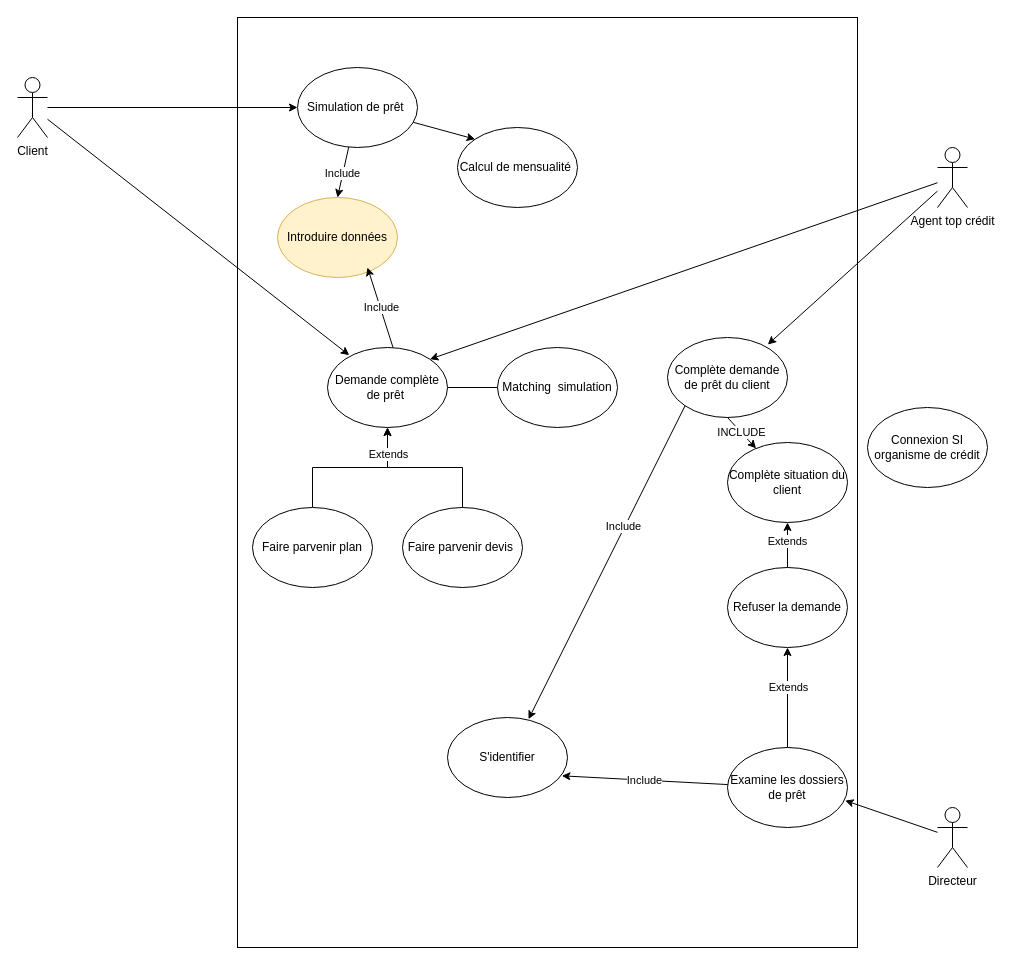
Before: Top crédit.drawio in michaelnba23/Ichec, a draw.io diagram. Source tidied: cells renumbered, new cells numbered last; positions are measured from the earlier drawing's top-left corner, leaving out a move shared by most shapes. Both pictures are drawn from the tidied source at 100%, with x=0, y=0 at pixel (17, 17).
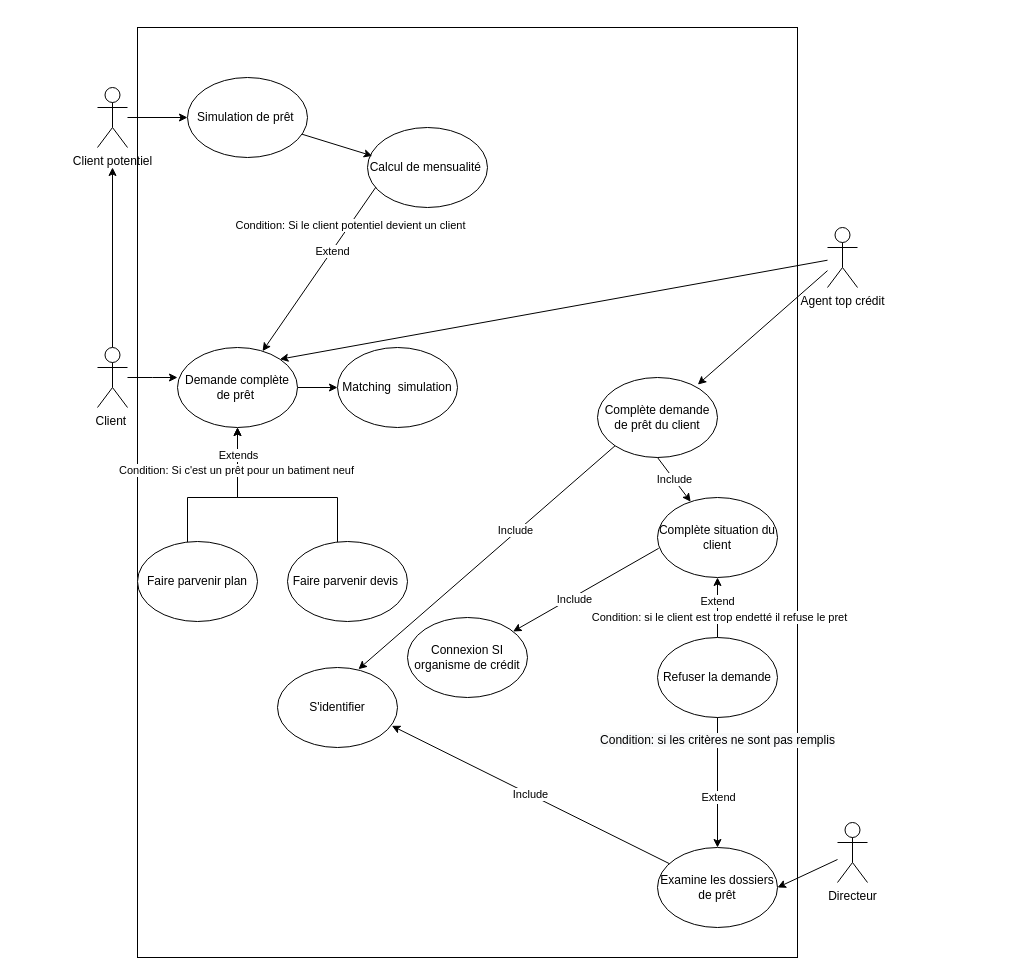
The same page after the edit.

Commit message:
Mettre à jour Top crédit.drawio

Unchanged cells that the change refers to:
```xml
<mxCell id="10" style="edgeStyle=orthogonalEdgeStyle;rounded=0;jettySize=auto;html=1;entryX=0.5;entryY=1;entryDx=0;entryDy=0;" parent="1" edge="1" source="12" target="17">
  <mxGeometry relative="1" as="geometry" />
</mxCell>
```

The edit, as a diff of the source:
```diff
@@
     <mxCell id="2" style="rounded=0;whiteSpace=wrap;html=1;" parent="1" vertex="1">
-      <mxGeometry x="220" width="620" height="930" as="geometry" />
+      <mxGeometry x="120" y="10" width="660" height="930" as="geometry" />
     </mxCell>
@@
-    <mxCell id="4" value="Client" style="shape=umlActor;verticalLabelPosition=bottom;verticalAlign=top;html=1;outlineConnect=0;" parent="1" vertex="1">
-      <mxGeometry y="60" width="30" height="60" as="geometry" />
+    <mxCell id="4" value="Client potentiel" style="shape=umlActor;verticalLabelPosition=bottom;verticalAlign=top;html=1;outlineConnect=0;" parent="1" vertex="1">
+      <mxGeometry x="80" y="70" width="30" height="60" as="geometry" />
     </mxCell>
     <mxCell id="5" value="Agent top crédit" style="shape=umlActor;verticalLabelPosition=bottom;verticalAlign=top;html=1;outlineConnect=0;" parent="1" vertex="1">
-      <mxGeometry x="920" y="130" width="30" height="60" as="geometry" />
+      <mxGeometry x="810" y="210" width="30" height="60" as="geometry" />
     </mxCell>
     <mxCell id="6" value="Directeur" style="shape=umlActor;verticalLabelPosition=bottom;verticalAlign=top;html=1;outlineConnect=0;" parent="1" vertex="1">
-      <mxGeometry x="920" y="790" width="30" height="60" as="geometry" />
+      <mxGeometry x="820" y="805" width="30" height="60" as="geometry" />
     </mxCell>
     <mxCell id="7" style="edgeStyle=orthogonalEdgeStyle;rounded=0;jettySize=auto;html=1;entryX=0.5;entryY=1;entryDx=0;entryDy=0;" parent="1" edge="1" source="8" target="22">
-      <mxGeometry relative="1" as="geometry" />
+      <mxGeometry relative="1" as="geometry">
+        <Array as="points">
+          <mxPoint x="320" y="480" />
+          <mxPoint x="220" y="480" />
+        </Array>
+      </mxGeometry>
     </mxCell>
     <mxCell id="8" value="Faire parvenir devis&amp;nbsp;" style="ellipse;whiteSpace=wrap;html=1;" parent="1" vertex="1">
-      <mxGeometry x="385" y="490" width="120" height="80" as="geometry" />
+      <mxGeometry x="270" y="524" width="120" height="80" as="geometry" />
     </mxCell>
     <mxCell id="9" value="S'identifier" style="ellipse;whiteSpace=wrap;html=1;" parent="1" vertex="1">
-      <mxGeometry x="430" y="700" width="120" height="80" as="geometry" />
+      <mxGeometry x="260" y="650" width="120" height="80" as="geometry" />
     </mxCell>
@@
-    <mxCell id="11" value="Extends" style="edgeLabel;html=1;align=center;verticalAlign=middle;" parent="10" vertex="1">
+    <mxCell id="11" value="Extend" style="edgeLabel;html=1;align=center;verticalAlign=middle;" parent="10" vertex="1">
       <mxGeometry x="0.22" y="1" relative="1" as="geometry" />
     </mxCell>
+    <mxCell id="41" value="Condition: si le client est trop endetté il refuse le pret" style="edgeLabel;html=1;align=center;verticalAlign=middle;" parent="10" vertex="1">
+      <mxGeometry x="-0.31" y="-1" relative="1" as="geometry" />
+    </mxCell>
     <mxCell id="12" value="Refuser la demande" style="ellipse;whiteSpace=wrap;html=1;" parent="1" vertex="1">
-      <mxGeometry x="710" y="550" width="120" height="80" as="geometry" />
+      <mxGeometry x="640" y="620" width="120" height="80" as="geometry" />
     </mxCell>
     <mxCell id="13" style="edgeStyle=orthogonalEdgeStyle;rounded=0;jettySize=auto;html=1;" parent="1" edge="1" source="15" target="22">
-      <mxGeometry relative="1" as="geometry" />
+      <mxGeometry relative="1" as="geometry">
+        <Array as="points">
+          <mxPoint x="170" y="480" />
+          <mxPoint x="220" y="480" />
+        </Array>
+      </mxGeometry>
     </mxCell>
@@
+    <mxCell id="42" value="Condition: Si c'est un prêt pour un batiment neuf" style="edgeLabel;html=1;align=center;verticalAlign=middle;" parent="13" vertex="1">
+      <mxGeometry x="0.48" y="2" relative="1" as="geometry" />
+    </mxCell>
     <mxCell id="15" value="Faire parvenir plan" style="ellipse;whiteSpace=wrap;html=1;" parent="1" vertex="1">
-      <mxGeometry x="235" y="490" width="120" height="80" as="geometry" />
+      <mxGeometry x="120" y="524" width="120" height="80" as="geometry" />
     </mxCell>
     <mxCell id="16" value="Complète demande de prêt du client" style="ellipse;whiteSpace=wrap;html=1;" parent="1" vertex="1">
-      <mxGeometry x="650" y="320" width="120" height="80" as="geometry" />
+      <mxGeometry x="580" y="360" width="120" height="80" as="geometry" />
     </mxCell>
     <mxCell id="17" value="Complète situation du client" style="ellipse;whiteSpace=wrap;html=1;" parent="1" vertex="1">
-      <mxGeometry x="710" y="425" width="120" height="80" as="geometry" />
+      <mxGeometry x="640" y="480" width="120" height="80" as="geometry" />
     </mxCell>
-    <mxCell id="18" style="edgeStyle=orthogonalEdgeStyle;rounded=0;jettySize=auto;html=1;entryX=0.5;entryY=1;entryDx=0;entryDy=0;" parent="1" edge="1" source="20" target="12">
+    <mxCell id="18" style="edgeStyle=orthogonalEdgeStyle;rounded=0;jettySize=auto;html=1;exitX=0.5;exitY=1;exitDx=0;exitDy=0;" parent="1" edge="1" source="12" target="20">
       <mxGeometry relative="1" as="geometry" />
     </mxCell>
-    <mxCell id="19" value="Extends" style="edgeLabel;html=1;align=center;verticalAlign=middle;" parent="18" vertex="1">
+    <mxCell id="19" value="Extend" style="edgeLabel;html=1;align=center;verticalAlign=middle;" parent="18" vertex="1">
       <mxGeometry x="0.21" relative="1" as="geometry" />
     </mxCell>
+    <mxCell id="43" value="&lt;span style=&quot;font-size: 12px; background-color: rgb(248, 249, 250);&quot;&gt;Condition: si les critères ne sont pas remplis&lt;/span&gt;" style="edgeLabel;html=1;align=center;verticalAlign=middle;" parent="18" vertex="1">
+      <mxGeometry x="-0.66" y="-1" relative="1" as="geometry" />
+    </mxCell>
     <mxCell id="20" value="Examine les dossiers de prêt" style="ellipse;whiteSpace=wrap;html=1;" parent="1" vertex="1">
-      <mxGeometry x="710" y="730" width="120" height="80" as="geometry" />
+      <mxGeometry x="640" y="830" width="120" height="80" as="geometry" />
     </mxCell>
-    <mxCell id="21" style="edgeStyle=orthogonalEdgeStyle;rounded=0;jettySize=auto;html=1;entryX=0.167;entryY=0.75;entryDx=0;entryDy=0;entryPerimeter=0;" parent="1" edge="1" source="22" target="32">
-      <mxGeometry relative="1" as="geometry">
-        <Array as="points">
-          <mxPoint x="500" y="370" />
-        </Array>
-      </mxGeometry>
+    <mxCell id="21" style="edgeStyle=orthogonalEdgeStyle;rounded=0;jettySize=auto;html=1;exitX=1;exitY=0.5;exitDx=0;exitDy=0;entryX=0;entryY=0.5;entryDx=0;entryDy=0;" parent="1" edge="1" source="22" target="32">
+      <mxGeometry relative="1" as="geometry" />
     </mxCell>
     <mxCell id="22" value="Demande complète de prêt&amp;nbsp;" style="ellipse;whiteSpace=wrap;html=1;" parent="1" vertex="1">
-      <mxGeometry x="310" y="330" width="120" height="80" as="geometry" />
+      <mxGeometry x="160" y="330" width="120" height="80" as="geometry" />
     </mxCell>
     <mxCell id="23" value="Calcul de mensualité&amp;nbsp;" style="ellipse;whiteSpace=wrap;html=1;" parent="1" vertex="1">
-      <mxGeometry x="440" y="110" width="120" height="80" as="geometry" />
+      <mxGeometry x="350" y="110" width="120" height="80" as="geometry" />
     </mxCell>
     <mxCell id="24" value="Simulation de prêt&amp;nbsp;" style="ellipse;whiteSpace=wrap;html=1;" parent="1" vertex="1">
-      <mxGeometry x="280" y="50" width="120" height="80" as="geometry" />
+      <mxGeometry x="170" y="60" width="120" height="80" as="geometry" />
     </mxCell>
-    <mxCell id="25" value="Introduire données" style="ellipse;whiteSpace=wrap;html=1;fillColor=#fff2cc;strokeColor=#d6b656;" parent="1" vertex="1">
-      <mxGeometry x="260" y="180" width="120" height="80" as="geometry" />
-    </mxCell>
-    <mxCell id="26" style="endArrow=classic;html=1;rounded=0;entryX=0.5;entryY=0;entryDx=0;entryDy=0;" parent="1" edge="1" source="24" target="25">
-      <mxGeometry relative="1" as="geometry" />
-    </mxCell>
-    <mxCell id="27" value="Include" style="edgeLabel;html=1;align=center;verticalAlign=middle;" parent="26" vertex="1">
-      <mxGeometry x="0.03" y="-1" relative="1" as="geometry" />
-    </mxCell>
-    <mxCell id="28" style="endArrow=classic;html=1;rounded=0;entryX=0;entryY=0;entryDx=0;entryDy=0;" parent="1" edge="1" source="24" target="23">
+    <mxCell id="28" style="endArrow=classic;html=1;rounded=0;entryX=0.04;entryY=0.355;entryDx=0;entryDy=0;entryPerimeter=0;" parent="1" edge="1" source="24" target="23">
       <mxGeometry relative="1" as="geometry" />
     </mxCell>
-    <mxCell id="29" style="endArrow=classic;html=1;rounded=0;entryX=0.181;entryY=0.096;entryDx=0;entryDy=0;entryPerimeter=0;" parent="1" edge="1" source="4" target="22">
-      <mxGeometry relative="1" as="geometry" />
-    </mxCell>
-    <mxCell id="30" style="endArrow=classic;html=1;rounded=0;entryX=0.75;entryY=0.875;entryDx=0;entryDy=0;entryPerimeter=0;exitX=0.547;exitY=0.004;exitDx=0;exitDy=0;exitPerimeter=0;" parent="1" edge="1" source="22" target="25">
-      <mxGeometry relative="1" as="geometry" />
-    </mxCell>
-    <mxCell id="31" value="Include" style="edgeLabel;html=1;align=center;verticalAlign=middle;" parent="30" vertex="1">
-      <mxGeometry x="0.01" y="-1" relative="1" as="geometry" />
-    </mxCell>
     <mxCell id="32" value="Matching &amp;nbsp;simulation" style="ellipse;whiteSpace=wrap;html=1;" parent="1" vertex="1">
-      <mxGeometry x="480" y="330" width="120" height="80" as="geometry" />
+      <mxGeometry x="320" y="330" width="120" height="80" as="geometry" />
     </mxCell>
     <mxCell id="33" value="Connexion SI organisme de crédit" style="ellipse;whiteSpace=wrap;html=1;" parent="1" vertex="1">
-      <mxGeometry x="850" y="390" width="120" height="80" as="geometry" />
+      <mxGeometry x="390" y="600" width="120" height="80" as="geometry" />
     </mxCell>
@@
-    <mxCell id="35" value="INCLUDE" style="endArrow=classic;html=1;rounded=0;exitX=0.5;exitY=1;exitDx=0;exitDy=0;" parent="1" edge="1" source="16" target="17">
+    <mxCell id="35" value="Include" style="endArrow=classic;html=1;rounded=0;exitX=0.5;exitY=1;exitDx=0;exitDy=0;" parent="1" edge="1" source="16" target="17">
       <mxGeometry relative="1" as="geometry" />
     </mxCell>
@@
-    <mxCell id="37" style="endArrow=classic;html=1;rounded=0;entryX=0.981;entryY=0.663;entryDx=0;entryDy=0;entryPerimeter=0;" parent="1" edge="1" source="6" target="20">
-      <mxGeometry relative="1" as="geometry" />
-    </mxCell>
@@
+    <mxCell id="44" style="edgeStyle=orthogonalEdgeStyle;rounded=0;jettySize=auto;html=1;" parent="1" edge="1" source="46">
+      <mxGeometry relative="1" as="geometry">
+        <mxPoint x="160" y="360" as="targetPoint" />
+      </mxGeometry>
+    </mxCell>
+    <mxCell id="45" style="edgeStyle=orthogonalEdgeStyle;rounded=0;jettySize=auto;html=1;" parent="1" edge="1" source="46">
+      <mxGeometry relative="1" as="geometry">
+        <mxPoint x="95" y="150" as="targetPoint" />
+      </mxGeometry>
+    </mxCell>
+    <mxCell id="46" value="Client&amp;nbsp;" style="shape=umlActor;verticalLabelPosition=bottom;verticalAlign=top;html=1;outlineConnect=0;" parent="1" vertex="1">
+      <mxGeometry x="80" y="330" width="30" height="60" as="geometry" />
+    </mxCell>
+    <mxCell id="47" style="endArrow=classic;html=1;rounded=0;exitX=0.01;exitY=0.635;exitDx=0;exitDy=0;exitPerimeter=0;" parent="1" edge="1" source="17" target="33">
+      <mxGeometry relative="1" as="geometry" />
+    </mxCell>
+    <mxCell id="48" value="Include" style="edgeLabel;html=1;align=center;verticalAlign=middle;" parent="47" vertex="1">
+      <mxGeometry x="0.18" y="2" relative="1" as="geometry" />
+    </mxCell>
+    <mxCell id="49" style="endArrow=classic;html=1;rounded=0;exitX=0.07;exitY=0.745;exitDx=0;exitDy=0;exitPerimeter=0;" parent="1" edge="1" source="23" target="22">
+      <mxGeometry relative="1" as="geometry" />
+    </mxCell>
+    <mxCell id="50" value="Extend" style="edgeLabel;html=1;align=center;verticalAlign=middle;" parent="49" vertex="1">
+      <mxGeometry x="-0.22" relative="1" as="geometry" />
+    </mxCell>
+    <mxCell id="51" value="Condition: Si le client potentiel devient un client" style="edgeLabel;html=1;align=center;verticalAlign=middle;" parent="49" vertex="1">
+      <mxGeometry x="-0.54" relative="1" as="geometry" />
+    </mxCell>
+    <mxCell id="37" style="endArrow=classic;html=1;rounded=0;entryX=1;entryY=0.5;entryDx=0;entryDy=0;" parent="1" edge="1" source="6" target="20">
+      <mxGeometry relative="1" as="geometry" />
+    </mxCell>
```
